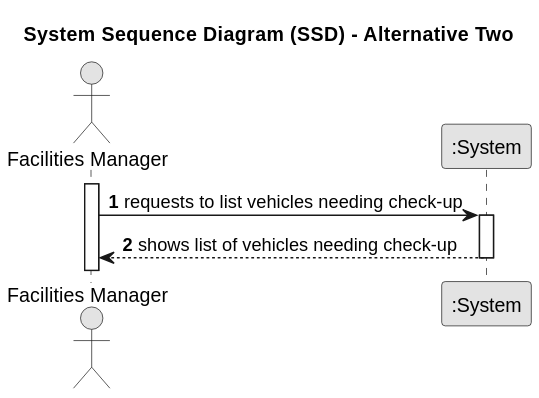
ricardomm7/leaflink keeps this PlantUML diagram as docs/sprintA/us008/01.requirements-engineering/svg/us008-system-sequence-diagram-alternative-two.svg. Above is the earlier version.
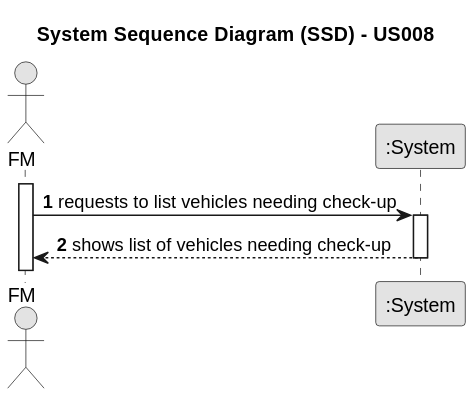
Later version of the same file.

What changed in the source:
```diff
@@ -3,11 +3,11 @@
 skinparam packageStyle rectangle
 skinparam shadowing false
 
-title System Sequence Diagram (SSD) - Alternative Two
+title System Sequence Diagram (SSD) - US008
 
 autonumber
 
-actor "Facilities Manager" as FM
+actor "FM" as FM
 participant ":System" as System
 
 activate FM
```
